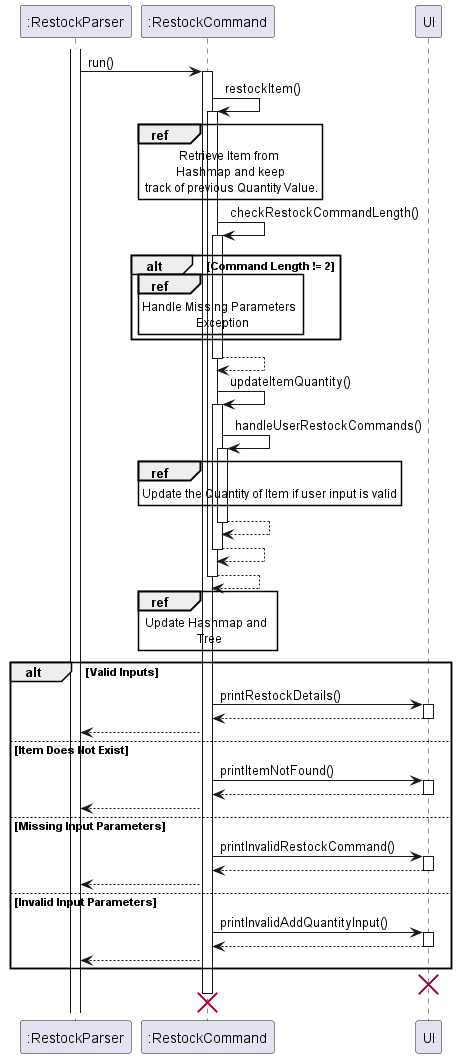
nus-cs2113-AY2223S2/tp keeps this PlantUML diagram as docs/UML/Restock/RestockCommand.png. Above is the earlier version.
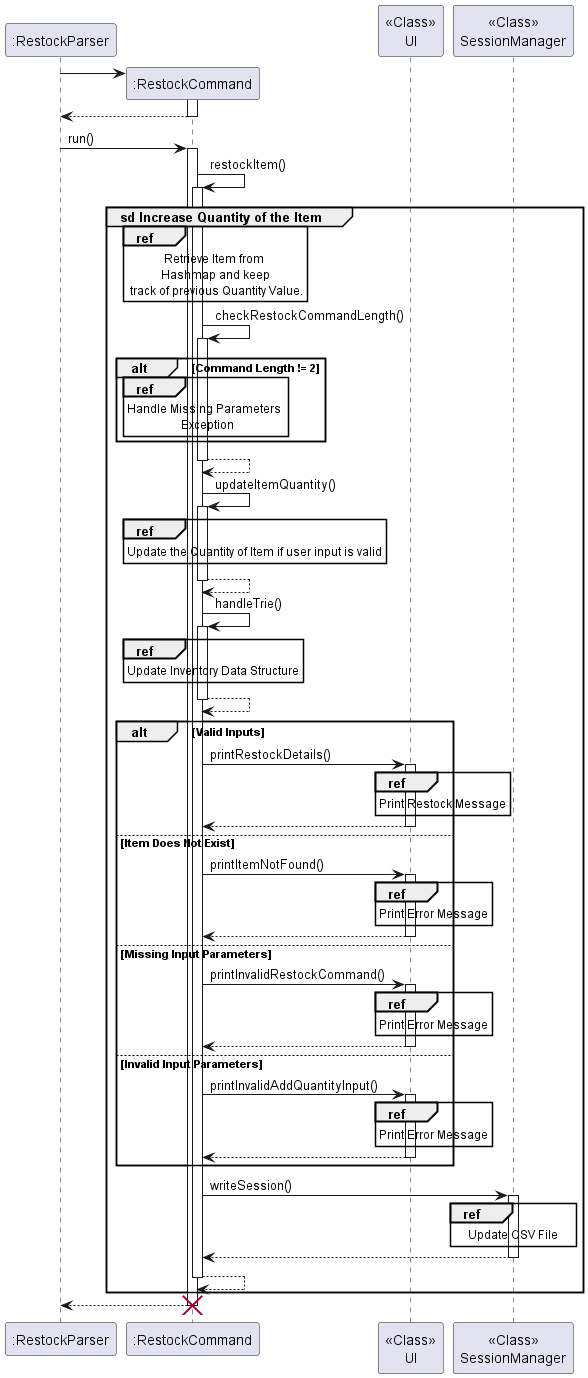
After the change.

Commit message:
Developer Guide Update for UML Diagrams for both Edit and Restock Commands.

Diff of the diagram source:
```diff
@@ -1,10 +1,14 @@
 @startuml
 
 participant ":RestockParser"
-activate ":RestockParser"
+":RestockParser" -> ":RestockCommand" **
+activate ":RestockCommand"
+":RestockCommand" --> ":RestockParser"
+deactivate ":RestockCommand"
 ":RestockParser" -> ":RestockCommand": run()
 activate ":RestockCommand"
 ":RestockCommand"->":RestockCommand": restockItem()
+group sd Increase Quantity of the Item
 activate ":RestockCommand"
 ref over ":RestockCommand": Retrieve Item from \n Hashmap and keep \n track of previous Quantity Value.
 ":RestockCommand" -> ":RestockCommand": checkRestockCommandLength()
@@ -20,49 +24,57 @@
 deactivate ":RestockCommand"
 ":RestockCommand" -> ":RestockCommand": updateItemQuantity()
 activate ":RestockCommand"
-":RestockCommand" -> ":RestockCommand": handleUserRestockCommands()
-activate ":RestockCommand"
+
+
 ref over ":RestockCommand"
 Update the Quantity of Item if user input is valid
 end
-":RestockCommand" --> ":RestockCommand"
-deactivate ":RestockCommand"
-":RestockCommand" --> ":RestockCommand"
-deactivate ":RestockCommand"
+
+
 ":RestockCommand" --> ":RestockCommand"
 deactivate ":RestockCommand"
 
-ref over ":RestockCommand": Update Hashmap and \n Tree
-alt Valid Inputs
-":RestockCommand" -> UI: printRestockDetails()
-activate UI
-UI-->":RestockCommand"
-deactivate UI
-":RestockCommand" --> ":RestockParser"
-else Item Does Not Exist
-":RestockCommand" -> UI: printItemNotFound()
-activate UI
-UI-->":RestockCommand"
-deactivate UI
-":RestockCommand" --> ":RestockParser"
-else Missing Input Parameters
-":RestockCommand" -> UI: printInvalidRestockCommand()
-activate UI
-UI-->":RestockCommand"
-deactivate UI
-":RestockCommand" --> ":RestockParser"
-else Invalid Input Parameters
-":RestockCommand" -> UI: printInvalidAddQuantityInput()
-activate UI
-UI-->":RestockCommand"
-deactivate UI
-":RestockCommand" --> ":RestockParser"
-end
-destroy UI
-destroy ":RestockCommand"
+
+":RestockCommand"->":RestockCommand": handleTrie()
+activate ":RestockCommand"
+ref over ":RestockCommand": Update Inventory Data Structure
+":RestockCommand"-->":RestockCommand"
+deactivate ":RestockCommand"
 
 
-
-
-
+alt Valid Inputs
+":RestockCommand" -> "<<Class>>\nUI": printRestockDetails()
+activate "<<Class>>\nUI"
+ref over "<<Class>>\nUI": Print Restock Message
+"<<Class>>\nUI" -->":RestockCommand"
+deactivate "<<Class>>\nUI"
+else Item Does Not Exist
+":RestockCommand" -> "<<Class>>\nUI": printItemNotFound()
+activate "<<Class>>\nUI"
+ref over "<<Class>>\nUI": Print Error Message
+"<<Class>>\nUI"-->":RestockCommand"
+deactivate "<<Class>>\nUI"
+else Missing Input Parameters
+":RestockCommand" -> "<<Class>>\nUI": printInvalidRestockCommand()
+activate "<<Class>>\nUI"
+ref over "<<Class>>\nUI": Print Error Message
+"<<Class>>\nUI"-->":RestockCommand"
+deactivate "<<Class>>\nUI"
+else Invalid Input Parameters
+":RestockCommand" -> "<<Class>>\nUI": printInvalidAddQuantityInput()
+activate "<<Class>>\nUI"
+ref over "<<Class>>\nUI": Print Error Message
+"<<Class>>\nUI"-->":RestockCommand"
+deactivate "<<Class>>\nUI"
+end
+":RestockCommand" -> "<<Class>>\nSessionManager": writeSession()
+activate "<<Class>>\nSessionManager"
+ref over "<<Class>>\nSessionManager": Update CSV File
+"<<Class>>\nSessionManager" --> ":RestockCommand"
+deactivate "<<Class>>\nSessionManager"
+":RestockCommand" --> ":RestockCommand"
+deactivate ":RestockCommand"
+end
+":RestockCommand" --> ":RestockParser"
+destroy ":RestockCommand"
 @enduml
```
